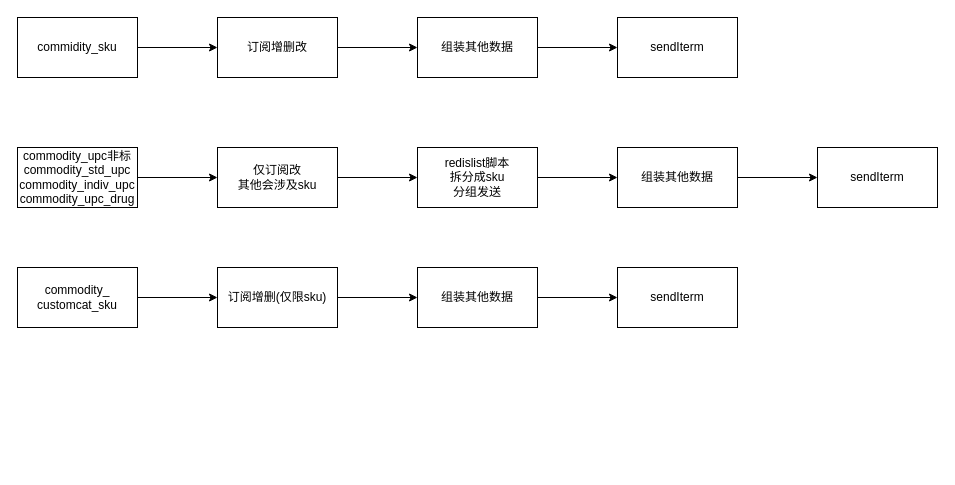
Earlier version of the draw.io diagram 推主站检索-sku.drawio (zhugaozi/drawIo). Source tidied: cells renumbered, new cells numbered last; positions are measured from the earlier drawing's top-left corner, leaving out a move shared by most shapes. Both pictures are drawn from the tidied source at 100%, with x=0, y=0 at pixel (17, 17).
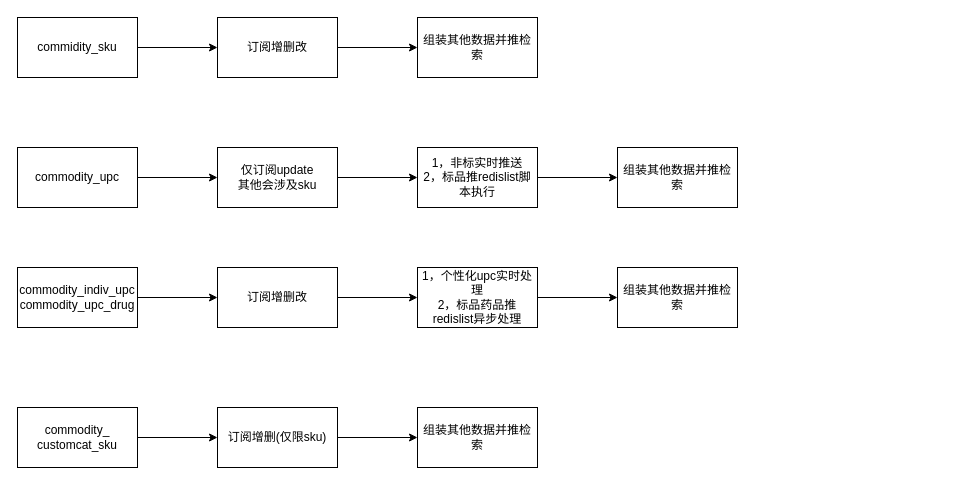
The same page after the edit.

Commit message:
Update 推主站检索-sku.drawio

Change to the diagram source:
```diff
@@
-    <mxCell id="6" style="edgeStyle=orthogonalEdgeStyle;rounded=0;jettySize=auto;html=1;" parent="1" edge="1" source="7" target="8">
-      <mxGeometry relative="1" as="geometry" />
-    </mxCell>
-    <mxCell id="7" value="&lt;span&gt;组装其他数据&lt;/span&gt;" style="rounded=0;whiteSpace=wrap;html=1;" parent="1" vertex="1">
+    <mxCell id="7" value="组装其他数据并推检索&lt;br&gt;" style="rounded=0;whiteSpace=wrap;html=1;" parent="1" vertex="1">
       <mxGeometry x="400" width="120" height="60" as="geometry" />
     </mxCell>
-    <mxCell id="8" value="&lt;span&gt;sendIterm&lt;/span&gt;" style="rounded=0;whiteSpace=wrap;html=1;" parent="1" vertex="1">
-      <mxGeometry x="600" width="120" height="60" as="geometry" />
-    </mxCell>
@@
-    <mxCell id="10" value="&lt;span&gt;commodity_upc非标&lt;br&gt;commodity_std_upc&lt;br&gt;commodity_indiv_upc&lt;br&gt;commodity_upc_drug&lt;br&gt;&lt;/span&gt;" style="rounded=0;whiteSpace=wrap;html=1;" parent="1" vertex="1">
+    <mxCell id="10" value="&lt;span&gt;commodity_upc&lt;br&gt;&lt;/span&gt;" style="rounded=0;whiteSpace=wrap;html=1;" parent="1" vertex="1">
       <mxGeometry y="130" width="120" height="60" as="geometry" />
     </mxCell>
@@
-    <mxCell id="12" value="&lt;span&gt;仅订阅改&lt;br&gt;其他会涉及sku&lt;br&gt;&lt;/span&gt;" style="rounded=0;whiteSpace=wrap;html=1;" parent="1" vertex="1">
+    <mxCell id="12" value="&lt;span&gt;仅订阅update&lt;br&gt;其他会涉及sku&lt;br&gt;&lt;/span&gt;" style="rounded=0;whiteSpace=wrap;html=1;" parent="1" vertex="1">
       <mxGeometry x="200" y="130" width="120" height="60" as="geometry" />
     </mxCell>
@@
-    <mxCell id="14" value="redislist脚本&lt;br&gt;拆分成sku&lt;br&gt;分组发送&lt;br&gt;" style="rounded=0;whiteSpace=wrap;html=1;" parent="1" vertex="1">
+    <mxCell id="14" value="1，非标实时推送&lt;br&gt;2，标品推redislist脚本执行&lt;br&gt;" style="rounded=0;whiteSpace=wrap;html=1;" parent="1" vertex="1">
       <mxGeometry x="400" y="130" width="120" height="60" as="geometry" />
     </mxCell>
-    <mxCell id="15" style="edgeStyle=orthogonalEdgeStyle;rounded=0;jettySize=auto;html=1;" parent="1" edge="1" source="16" target="17">
-      <mxGeometry relative="1" as="geometry" />
-    </mxCell>
-    <mxCell id="16" value="组装其他数据&lt;br&gt;" style="rounded=0;whiteSpace=wrap;html=1;" parent="1" vertex="1">
+    <mxCell id="16" value="组装其他数据并推检索&lt;br&gt;" style="rounded=0;whiteSpace=wrap;html=1;" parent="1" vertex="1">
       <mxGeometry x="600" y="130" width="120" height="60" as="geometry" />
     </mxCell>
-    <mxCell id="17" value="sendIterm&lt;br&gt;" style="rounded=0;whiteSpace=wrap;html=1;" parent="1" vertex="1">
-      <mxGeometry x="800" y="130" width="120" height="60" as="geometry" />
-    </mxCell>
@@
-    <mxCell id="19" value="&lt;span&gt;commodity_&lt;br&gt;customcat_sku&lt;/span&gt;&lt;span&gt;&lt;br&gt;&lt;/span&gt;" style="rounded=0;whiteSpace=wrap;html=1;" parent="1" vertex="1">
+    <mxCell id="19" value="commodity_indiv_upc&lt;br&gt;commodity_upc_drug&lt;span&gt;&lt;br&gt;&lt;/span&gt;" style="rounded=0;whiteSpace=wrap;html=1;" parent="1" vertex="1">
       <mxGeometry y="250" width="120" height="60" as="geometry" />
     </mxCell>
+    <mxCell id="25" style="edgeStyle=orthogonalEdgeStyle;rounded=0;jettySize=auto;html=1;" parent="1" edge="1" source="26" target="28">
+      <mxGeometry relative="1" as="geometry" />
+    </mxCell>
+    <mxCell id="26" value="&lt;span&gt;commodity_&lt;br&gt;customcat_sku&lt;/span&gt;&lt;span&gt;&lt;br&gt;&lt;/span&gt;" style="rounded=0;whiteSpace=wrap;html=1;" parent="1" vertex="1">
+      <mxGeometry y="390" width="120" height="60" as="geometry" />
+    </mxCell>
@@
-    <mxCell id="21" value="&lt;span&gt;订阅增删(仅限sku)&lt;/span&gt;" style="rounded=0;whiteSpace=wrap;html=1;" parent="1" vertex="1">
+    <mxCell id="21" value="&lt;span&gt;订阅增删改&lt;/span&gt;" style="rounded=0;whiteSpace=wrap;html=1;" parent="1" vertex="1">
       <mxGeometry x="200" y="250" width="120" height="60" as="geometry" />
     </mxCell>
-    <mxCell id="22" style="edgeStyle=orthogonalEdgeStyle;rounded=0;jettySize=auto;html=1;" parent="1" edge="1" source="23" target="24">
-      <mxGeometry relative="1" as="geometry" />
-    </mxCell>
+    <mxCell id="27" style="edgeStyle=orthogonalEdgeStyle;rounded=0;jettySize=auto;html=1;" parent="1" edge="1" source="28" target="31">
+      <mxGeometry relative="1" as="geometry" />
+    </mxCell>
+    <mxCell id="28" value="&lt;span&gt;订阅增删(仅限sku)&lt;/span&gt;" style="rounded=0;whiteSpace=wrap;html=1;" parent="1" vertex="1">
+      <mxGeometry x="200" y="390" width="120" height="60" as="geometry" />
+    </mxCell>
+    <mxCell id="29" style="edgeStyle=orthogonalEdgeStyle;rounded=0;jettySize=auto;html=1;" parent="1" edge="1" source="23" target="30">
+      <mxGeometry relative="1" as="geometry" />
+    </mxCell>
-    <mxCell id="23" value="组装其他数据&lt;br&gt;" style="rounded=0;whiteSpace=wrap;html=1;" parent="1" vertex="1">
+    <mxCell id="23" value="1，个性化upc实时处理&lt;br&gt;2，标品药品推redislist异步处理&lt;br&gt;" style="rounded=0;whiteSpace=wrap;html=1;" parent="1" vertex="1">
       <mxGeometry x="400" y="250" width="120" height="60" as="geometry" />
     </mxCell>
-    <mxCell id="24" value="sendIterm&lt;br&gt;" style="rounded=0;whiteSpace=wrap;html=1;" parent="1" vertex="1">
-      <mxGeometry x="600" y="250" width="120" height="60" as="geometry" />
-    </mxCell>
+    <mxCell id="30" value="组装其他数据并推检索&lt;br&gt;" style="rounded=0;whiteSpace=wrap;html=1;" parent="1" vertex="1">
+      <mxGeometry x="600" y="250" width="120" height="60" as="geometry" />
+    </mxCell>
+    <mxCell id="31" value="组装其他数据并推检索&lt;br&gt;" style="rounded=0;whiteSpace=wrap;html=1;" parent="1" vertex="1">
+      <mxGeometry x="400" y="390" width="120" height="60" as="geometry" />
+    </mxCell>
```
